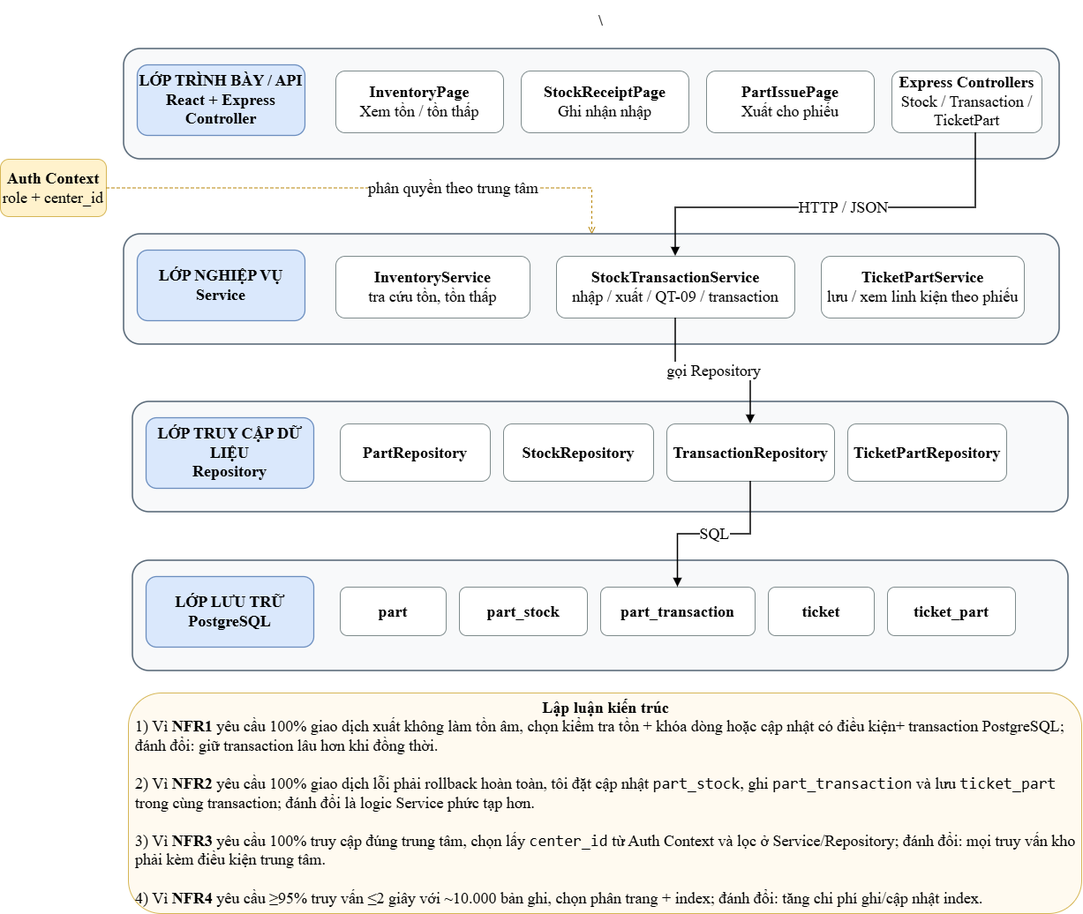
Earlier version of the draw.io export docs/exports/architecture.drawio.png (neoslvh/cdtn1-LuuVanHung-L5). Source tidied: cells renumbered, new cells last; positions are measured from the earlier drawing's top-left corner, leaving out a move shared by most shapes.
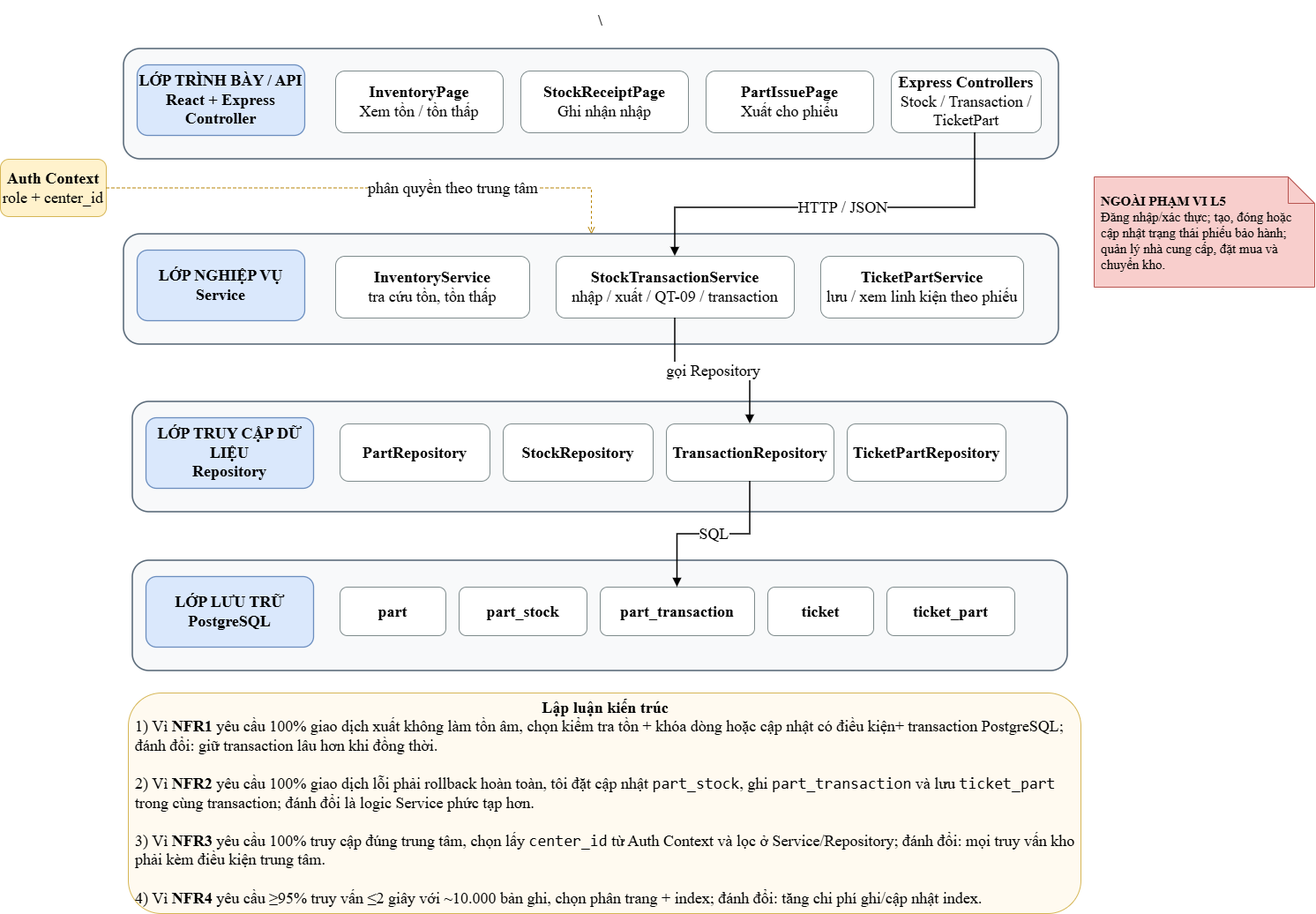
Later version of the same file.

The edit, as a diff of the source:
```diff
@@ -106,5 +106,8 @@
     <mxCell id="34" value="gọi Repository" style="edgeStyle=orthogonalEdgeStyle;rounded=0;html=1;endArrow=block;endFill=1;strokeWidth=1.6;fontSize=18;fontFamily=Times New Roman;" parent="1" edge="1" source="31" target="9">
       <mxGeometry relative="1" as="geometry" />
     </mxCell>
+    <mxCell id="35" value="&lt;b&gt;NGOÀI PHẠM VI L5&lt;/b&gt;&lt;br&gt;Đăng nhập/xác thực; tạo, đóng hoặc cập nhật trạng thái phiếu bảo hành; quản lý nhà cung cấp, đặt mua và chuyển kho." style="shape=note;whiteSpace=wrap;html=1;fillColor=#f8cecc;strokeColor=#b85450;fontSize=15;spacing=8;align=left;fontFamily=Times New Roman;" parent="1" vertex="1">
+      <mxGeometry x="1240" y="200" width="250" height="125" as="geometry" />
+    </mxCell>
   </root>
 </mxGraphModel>
```
